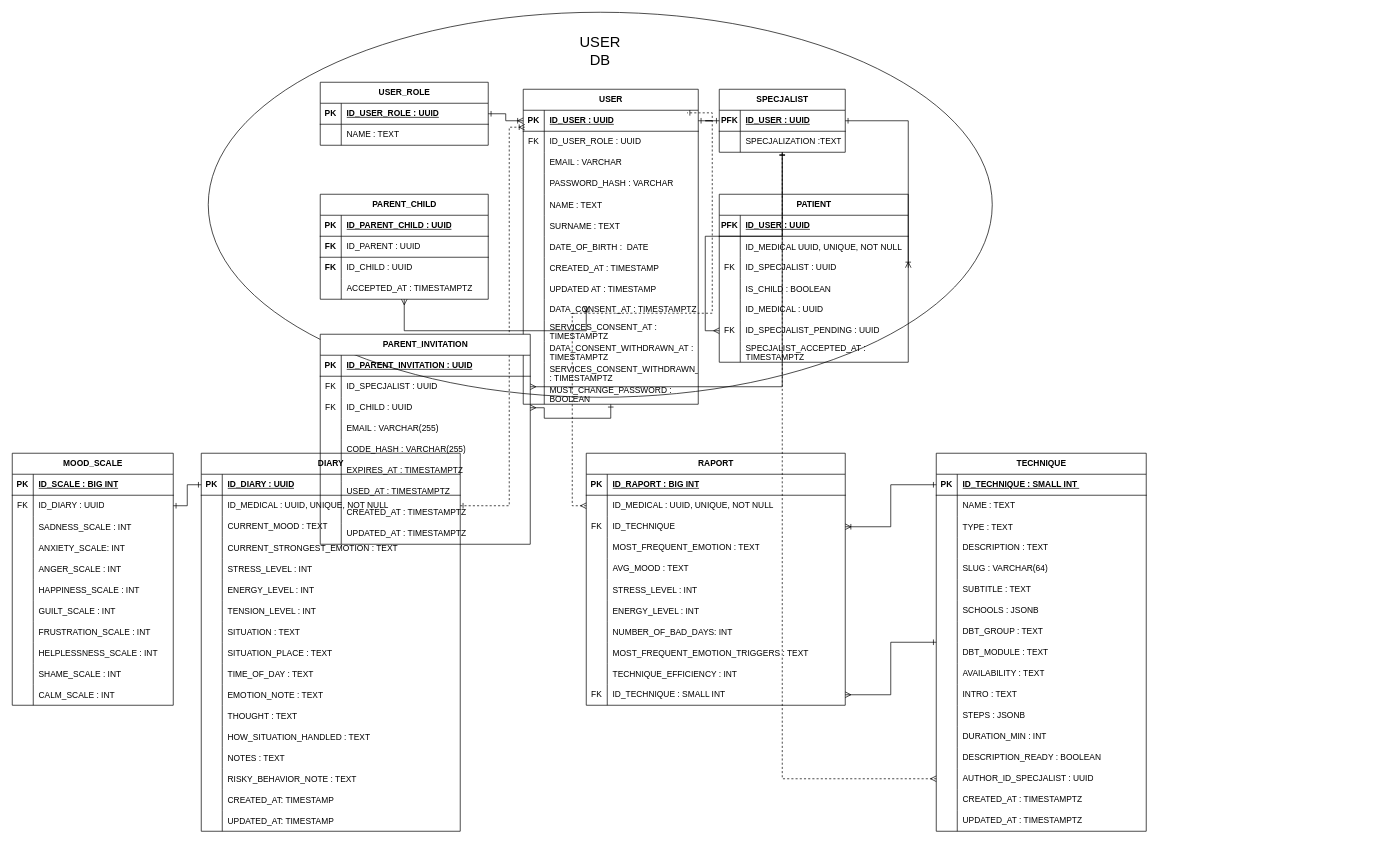
Before: ERD/DIAGRAM.drawio in Coderino-Compadres/Mediculus_App, a draw.io diagram. Source tidied: cells renumbered, new cells numbered last; positions are measured from the earlier drawing's top-left corner, leaving out a move shared by most shapes. Both pictures are drawn from the tidied source at 70%, with x=0, y=0 at pixel (12, 12).
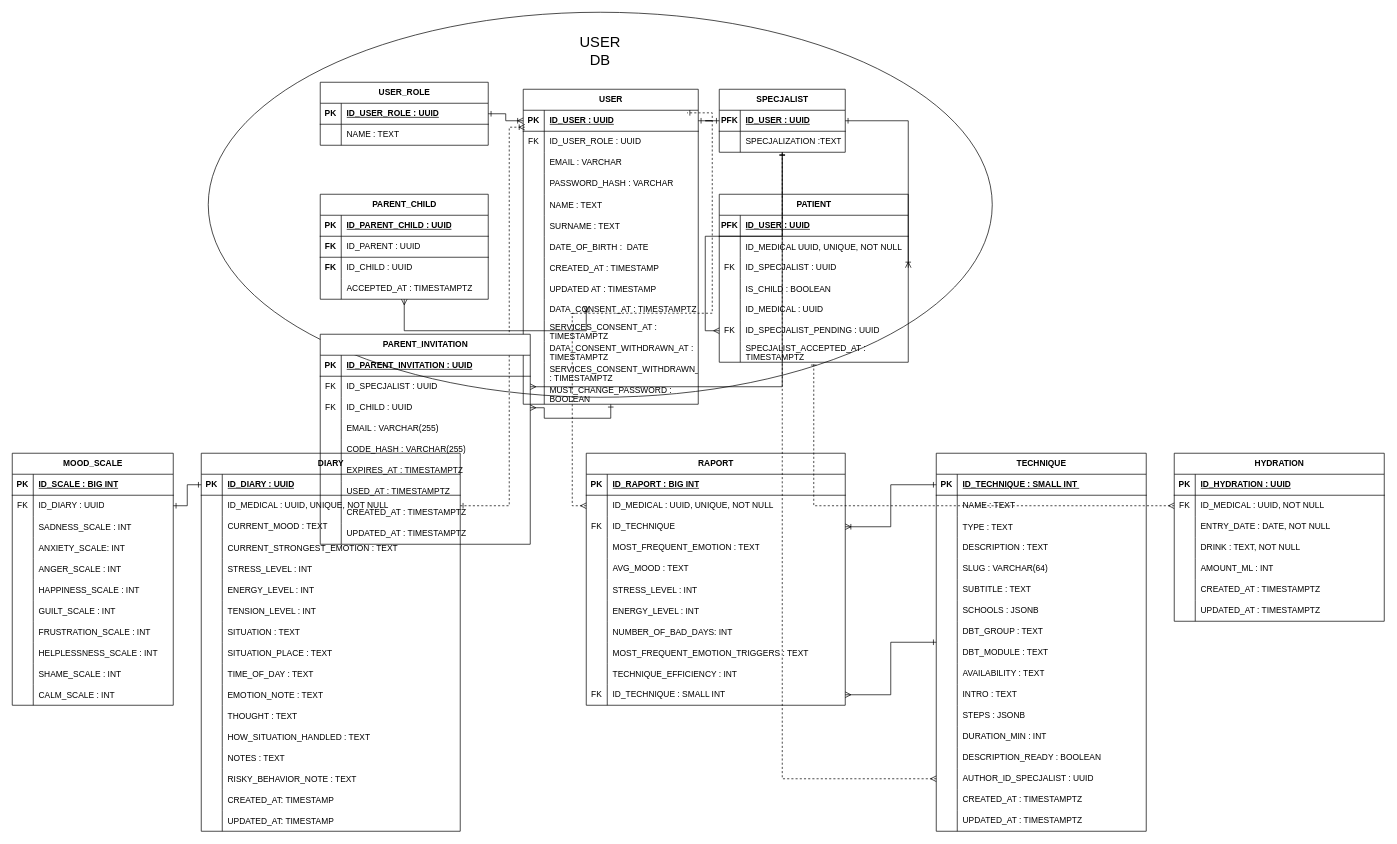
After the change.

The change refers to these unchanged cells:
```xml
<mxCell id="61" value="PATIENT" style="shape=table;startSize=30;childLayout=tableLayout;rowLines=0;fontStyle=1;align=center;html=1;" parent="1" vertex="1">
  <mxGeometry x="1010" y="260" width="270" height="240" as="geometry" />
</mxCell>
```

The edit, as a diff of the source:
```diff
@@
+    <mxCell id="309" value="HYDRATION" style="shape=table;startSize=30;childLayout=tableLayout;rowLines=0;fontStyle=1;align=center;html=1;" parent="1" vertex="1">
+      <mxGeometry x="1660" y="630" width="300" height="240" as="geometry" />
+    </mxCell>
+    <mxCell id="310" style="shape=tableRow;horizontal=0;startSize=0;swimlaneHead=0;swimlaneBody=0;fillColor=none;top=0;left=0;right=0;bottom=1;" parent="309" vertex="1">
+      <mxGeometry y="30" width="300" height="30" as="geometry" />
+    </mxCell>
+    <mxCell id="311" value="PK" style="shape=partialRectangle;fillColor=none;top=0;left=0;bottom=0;right=0;fontStyle=1;overflow=hidden;whiteSpace=wrap;html=1;" parent="310" vertex="1">
+      <mxGeometry width="30" height="30" as="geometry" />
+    </mxCell>
+    <mxCell id="312" value="ID_HYDRATION : UUID" style="shape=partialRectangle;fillColor=none;top=0;left=0;bottom=0;right=0;align=left;spacingLeft=6;fontStyle=5;overflow=hidden;whiteSpace=wrap;html=1;" parent="310" vertex="1">
+      <mxGeometry x="30" width="270" height="30" as="geometry" />
+    </mxCell>
+    <mxCell id="313" style="shape=tableRow;horizontal=0;startSize=0;swimlaneHead=0;swimlaneBody=0;fillColor=none;points=[[0,0.5],[1,0.5]];portConstraint=eastwest;top=0;left=0;right=0;bottom=0;" parent="309" vertex="1">
+      <mxGeometry y="60" width="300" height="30" as="geometry" />
+    </mxCell>
+    <mxCell id="314" value="FK" style="shape=partialRectangle;fillColor=none;top=0;left=0;bottom=0;right=0;overflow=hidden;whiteSpace=wrap;html=1;" parent="313" vertex="1">
+      <mxGeometry width="30" height="30" as="geometry" />
+    </mxCell>
+    <mxCell id="315" value="ID_MEDICAL : UUID, NOT NULL" style="shape=partialRectangle;fillColor=none;top=0;left=0;bottom=0;right=0;align=left;spacingLeft=6;overflow=hidden;whiteSpace=wrap;html=1;" parent="313" vertex="1">
+      <mxGeometry x="30" width="270" height="30" as="geometry" />
+    </mxCell>
+    <mxCell id="316" style="shape=tableRow;horizontal=0;startSize=0;swimlaneHead=0;swimlaneBody=0;fillColor=none;top=0;left=0;right=0;bottom=0;" parent="309" vertex="1">
+      <mxGeometry y="90" width="300" height="30" as="geometry" />
+    </mxCell>
+    <mxCell id="317" style="shape=partialRectangle;fillColor=none;top=0;left=0;bottom=0;right=0;overflow=hidden;whiteSpace=wrap;html=1;" parent="316" vertex="1">
+      <mxGeometry width="30" height="30" as="geometry" />
+    </mxCell>
+    <mxCell id="318" value="ENTRY_DATE : DATE, NOT NULL" style="shape=partialRectangle;fillColor=none;top=0;left=0;bottom=0;right=0;align=left;spacingLeft=6;overflow=hidden;whiteSpace=wrap;html=1;" parent="316" vertex="1">
+      <mxGeometry x="30" width="270" height="30" as="geometry" />
+    </mxCell>
+    <mxCell id="319" style="shape=tableRow;horizontal=0;startSize=0;swimlaneHead=0;swimlaneBody=0;fillColor=none;top=0;left=0;right=0;bottom=0;" parent="309" vertex="1">
+      <mxGeometry y="120" width="300" height="30" as="geometry" />
+    </mxCell>
+    <mxCell id="320" style="shape=partialRectangle;fillColor=none;top=0;left=0;bottom=0;right=0;overflow=hidden;whiteSpace=wrap;html=1;" parent="319" vertex="1">
+      <mxGeometry width="30" height="30" as="geometry" />
+    </mxCell>
+    <mxCell id="321" value="DRINK : TEXT, NOT NULL" style="shape=partialRectangle;fillColor=none;top=0;left=0;bottom=0;right=0;align=left;spacingLeft=6;overflow=hidden;whiteSpace=wrap;html=1;" parent="319" vertex="1">
+      <mxGeometry x="30" width="270" height="30" as="geometry" />
+    </mxCell>
+    <mxCell id="322" style="shape=tableRow;horizontal=0;startSize=0;swimlaneHead=0;swimlaneBody=0;fillColor=none;top=0;left=0;right=0;bottom=0;" parent="309" vertex="1">
+      <mxGeometry y="150" width="300" height="30" as="geometry" />
+    </mxCell>
+    <mxCell id="323" style="shape=partialRectangle;fillColor=none;top=0;left=0;bottom=0;right=0;overflow=hidden;whiteSpace=wrap;html=1;" parent="322" vertex="1">
+      <mxGeometry width="30" height="30" as="geometry" />
+    </mxCell>
+    <mxCell id="324" value="AMOUNT_ML : INT" style="shape=partialRectangle;fillColor=none;top=0;left=0;bottom=0;right=0;align=left;spacingLeft=6;overflow=hidden;whiteSpace=wrap;html=1;" parent="322" vertex="1">
+      <mxGeometry x="30" width="270" height="30" as="geometry" />
+    </mxCell>
+    <mxCell id="325" style="shape=tableRow;horizontal=0;startSize=0;swimlaneHead=0;swimlaneBody=0;fillColor=none;top=0;left=0;right=0;bottom=0;" parent="309" vertex="1">
+      <mxGeometry y="180" width="300" height="30" as="geometry" />
+    </mxCell>
+    <mxCell id="326" style="shape=partialRectangle;fillColor=none;top=0;left=0;bottom=0;right=0;overflow=hidden;whiteSpace=wrap;html=1;" parent="325" vertex="1">
+      <mxGeometry width="30" height="30" as="geometry" />
+    </mxCell>
+    <mxCell id="327" value="CREATED_AT : TIMESTAMPTZ" style="shape=partialRectangle;fillColor=none;top=0;left=0;bottom=0;right=0;align=left;spacingLeft=6;overflow=hidden;whiteSpace=wrap;html=1;" parent="325" vertex="1">
+      <mxGeometry x="30" width="270" height="30" as="geometry" />
+    </mxCell>
+    <mxCell id="328" style="shape=tableRow;horizontal=0;startSize=0;swimlaneHead=0;swimlaneBody=0;fillColor=none;top=0;left=0;right=0;bottom=0;" parent="309" vertex="1">
+      <mxGeometry y="210" width="300" height="30" as="geometry" />
+    </mxCell>
+    <mxCell id="329" style="shape=partialRectangle;fillColor=none;top=0;left=0;bottom=0;right=0;overflow=hidden;whiteSpace=wrap;html=1;" parent="328" vertex="1">
+      <mxGeometry width="30" height="30" as="geometry" />
+    </mxCell>
+    <mxCell id="330" value="UPDATED_AT : TIMESTAMPTZ" style="shape=partialRectangle;fillColor=none;top=0;left=0;bottom=0;right=0;align=left;spacingLeft=6;overflow=hidden;whiteSpace=wrap;html=1;" parent="328" vertex="1">
+      <mxGeometry x="30" width="270" height="30" as="geometry" />
+    </mxCell>
+    <mxCell id="331" style="edgeStyle=orthogonalEdgeStyle;rounded=0;jettySize=auto;html=1;endArrow=ERone;endFill=0;startArrow=ERmany;startFill=0;dashed=1;" parent="1" edge="1" source="313" target="61">
+      <mxGeometry relative="1" as="geometry" />
+    </mxCell>
```
